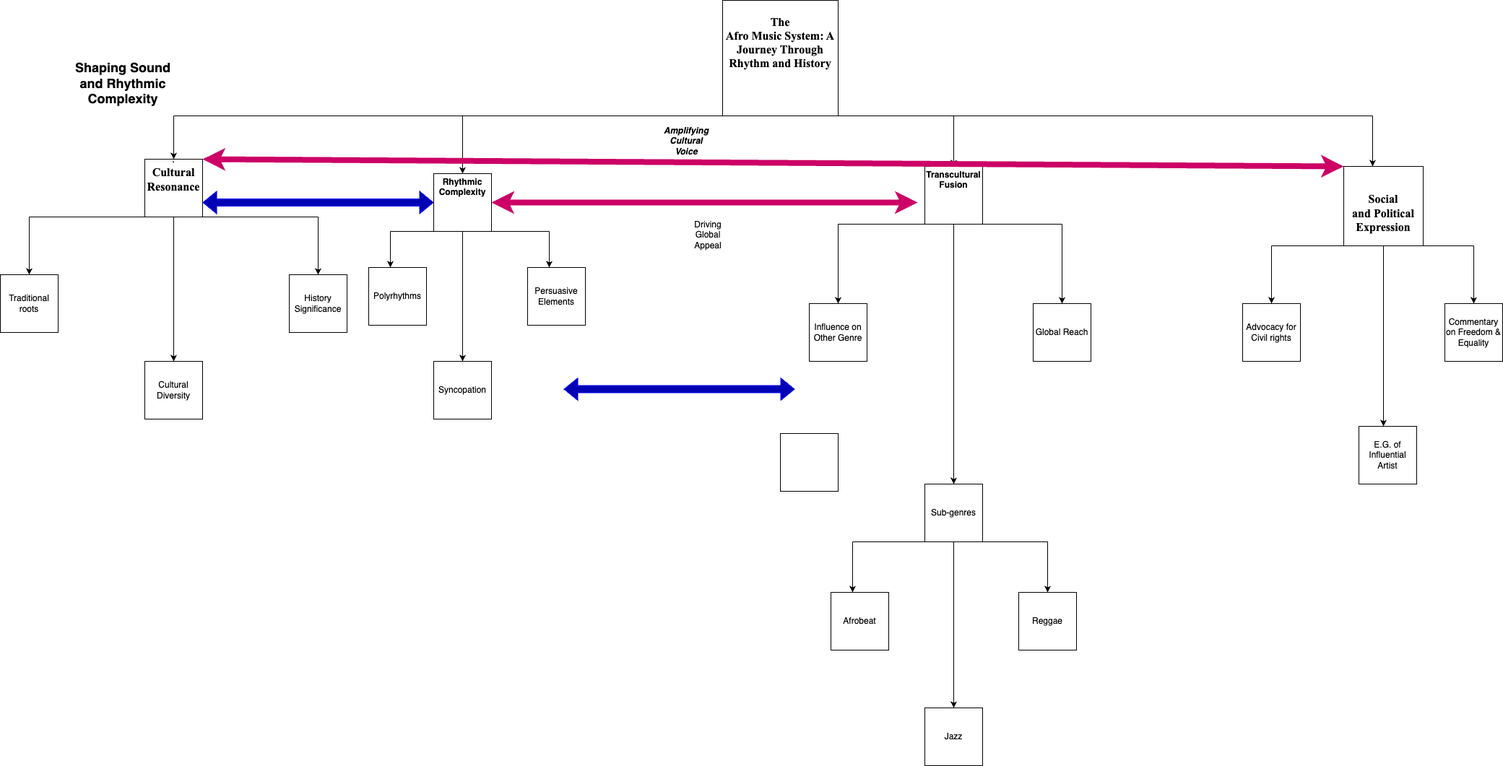
Earlier version of the draw.io export AFM.drawio.png (Kai39d/Hello-World). Source tidied: cells renumbered, new cells last; positions are measured from the earlier drawing's top-left corner, leaving out a move shared by most shapes.
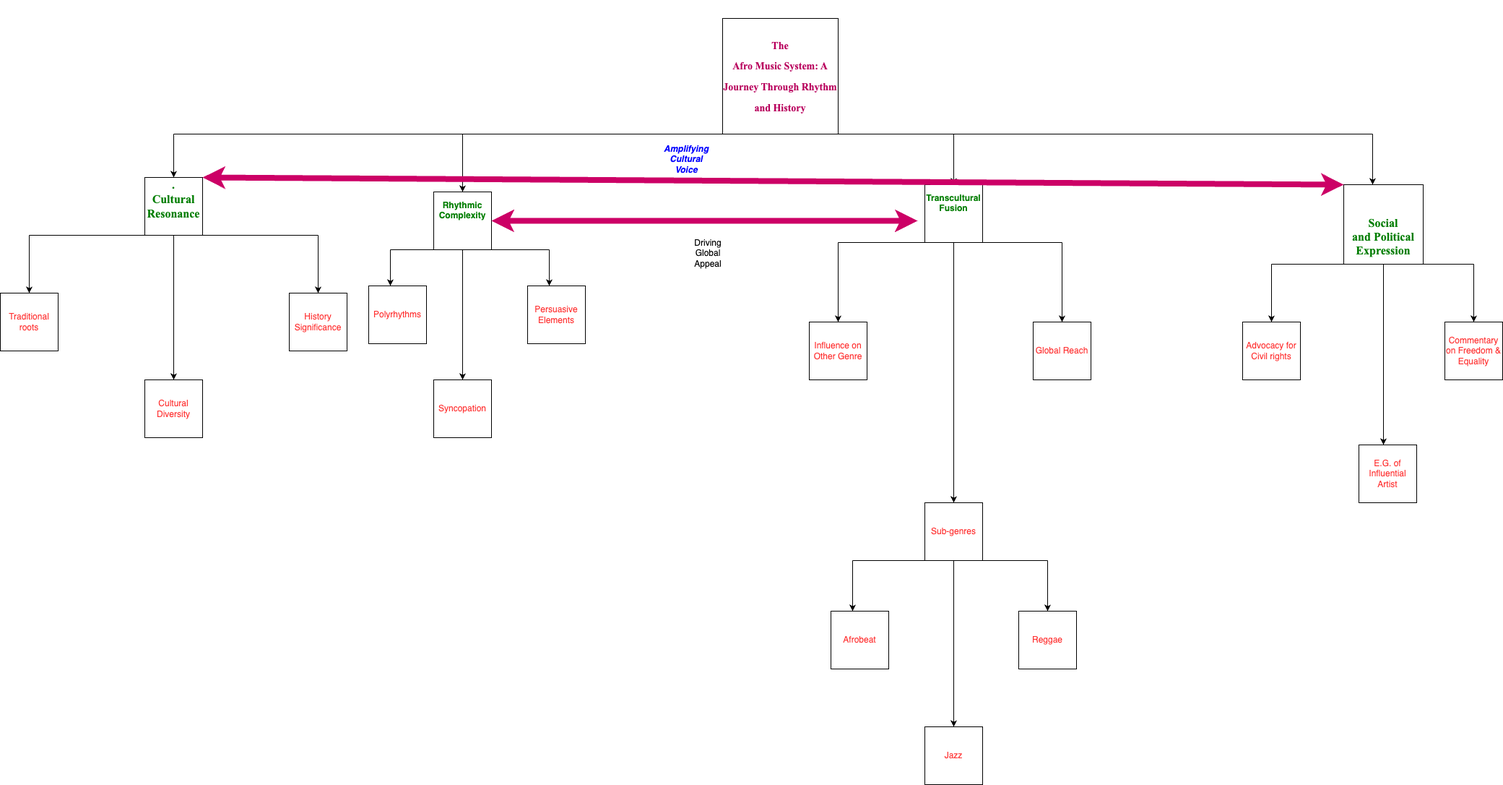
Later version of the same file.

What changed in the source:
```diff
@@ -8,7 +8,7 @@
     <mxCell id="3" style="group;fillColor=default;gradientColor=none;gradientDirection=north;strokeColor=none;" parent="2" vertex="1">
       <mxGeometry x="640" width="880" height="310" as="geometry" />
     </mxCell>
-    <mxCell id="4" value="&#10;&lt;b&gt;&lt;span style=&quot;font-size:12.0pt;font-family:&amp;quot;Times New Roman&amp;quot;,serif;&#10;mso-fareast-font-family:&amp;quot;Times New Roman&amp;quot;;color:black;mso-themecolor:text1;&#10;background:yellow;mso-highlight:yellow;mso-font-kerning:0pt;mso-ligatures:none;&#10;mso-ansi-language:EN-US;mso-fareast-language:EN-US;mso-bidi-language:AR-SA&quot;&gt;The&#10;Afro Music System: A Journey Through Rhythm and History&lt;/span&gt;&lt;/b&gt;&#10;&#10;&#10;&#10;" style="whiteSpace=wrap;html=1;" parent="3" vertex="1">
+    <mxCell id="4" value="&lt;h1&gt;&lt;font style=&quot;background-color: rgb(255, 255, 255);&quot; color=&quot;#b8005c&quot;&gt;&lt;font style=&quot;font-size: 14px;&quot;&gt;&lt;br&gt;&lt;/font&gt;&lt;font style=&quot;font-size: 14px;&quot;&gt;&lt;span style=&quot;font-family: &amp;quot;Times New Roman&amp;quot;, serif;&quot;&gt;The&lt;br&gt;&lt;/span&gt;&lt;/font&gt;&lt;font style=&quot;font-size: 14px;&quot;&gt;&lt;span style=&quot;font-family: &amp;quot;Times New Roman&amp;quot;, serif;&quot;&gt;Afro Music System: A Journey Through Rhythm and History&lt;/span&gt;&lt;/font&gt;&lt;/font&gt;&lt;/h1&gt;&lt;font style=&quot;font-size: 14px;&quot;&gt;&lt;b&gt;&lt;font style=&quot;background-color: rgb(255, 255, 255);&quot; color=&quot;#b8005c&quot;&gt;&lt;br&gt;&lt;/font&gt;&lt;/b&gt;&lt;br&gt;&lt;/font&gt;" style="whiteSpace=wrap;html=1;" parent="3" vertex="1">
       <mxGeometry x="360" width="160" height="160" as="geometry" />
     </mxCell>
     <mxCell id="5" style="endArrow=none;html=1;rounded=0;entryX=0;entryY=1;entryDx=0;entryDy=0;" parent="3" edge="1" target="4">
@@ -21,7 +21,7 @@
         <mxPoint x="1260" y="160" as="sourcePoint" />
       </mxGeometry>
     </mxCell>
-    <mxCell id="7" value="&#10;&#10;&#10;&lt;p class=&quot;MsoNormal&quot;&gt;&lt;b&gt;Rhythmic Complexity&lt;/b&gt;&lt;/p&gt;&#10;&#10;&#10;&#10;&#10;&#10;" style="whiteSpace=wrap;html=1;" parent="3" vertex="1">
+    <mxCell id="7" value="&lt;br&gt;&lt;br&gt;&lt;br&gt;&lt;p class=&quot;MsoNormal&quot;&gt;&lt;b&gt;&lt;font color=&quot;#007d00&quot;&gt;Rhythmic Complexity&lt;/font&gt;&lt;/b&gt;&lt;/p&gt;&lt;br&gt;&lt;br&gt;&lt;br&gt;&lt;br&gt;&lt;br&gt;" style="whiteSpace=wrap;html=1;" parent="3" vertex="1">
       <mxGeometry x="-40" y="240" width="80" height="80" as="geometry" />
     </mxCell>
     <mxCell id="8" style="endArrow=classic;html=1;rounded=0;entryX=0.5;entryY=0;entryDx=0;entryDy=0;" parent="3" edge="1" target="7">
@@ -34,10 +34,10 @@
         <mxPoint x="-400" y="160" as="sourcePoint" />
       </mxGeometry>
     </mxCell>
-    <mxCell id="10" value="&#10;&#10;&#10;&lt;p class=&quot;MsoNormal&quot;&gt;&lt;b&gt;Transcultural Fusion&lt;/b&gt;&lt;/p&gt;&#10;&#10;&#10;&#10;&#10;&#10;" style="whiteSpace=wrap;html=1;" parent="3" vertex="1">
+    <mxCell id="10" value="&lt;font color=&quot;#007d00&quot;&gt;&lt;br&gt;&lt;br&gt;&lt;br&gt;&lt;/font&gt;&lt;p class=&quot;MsoNormal&quot;&gt;&lt;b&gt;&lt;font color=&quot;#007d00&quot;&gt;Transcultural Fusion&lt;/font&gt;&lt;/b&gt;&lt;/p&gt;&lt;font color=&quot;#007d00&quot;&gt;&lt;br&gt;&lt;br&gt;&lt;br&gt;&lt;br&gt;&lt;br&gt;&lt;/font&gt;" style="whiteSpace=wrap;html=1;" parent="3" vertex="1">
       <mxGeometry x="640" y="230" width="80" height="80" as="geometry" />
     </mxCell>
-    <mxCell id="11" value="&lt;b&gt;&lt;i&gt;Amplifying Cultural Voice&lt;/i&gt;&lt;/b&gt;" style="text;html=1;strokeColor=none;fillColor=none;align=center;verticalAlign=middle;whiteSpace=wrap;rounded=0;" parent="3" vertex="1">
+    <mxCell id="11" value="&lt;b&gt;&lt;i&gt;&lt;font color=&quot;#0000ff&quot;&gt;Amplifying Cultural Voice&lt;/font&gt;&lt;/i&gt;&lt;/b&gt;" style="text;html=1;strokeColor=none;fillColor=none;align=center;verticalAlign=middle;whiteSpace=wrap;rounded=0;" parent="3" vertex="1">
       <mxGeometry x="280" y="180" width="60" height="30" as="geometry" />
     </mxCell>
     <mxCell id="12" style="endArrow=classic;startArrow=classic;html=1;rounded=0;strokeWidth=8;strokeColor=#CC0066;" parent="3" edge="1">
@@ -67,10 +67,10 @@
         <mxPoint x="40" y="300" as="sourcePoint" />
       </mxGeometry>
     </mxCell>
-    <mxCell id="17" value="History Significance" style="whiteSpace=wrap;html=1;" parent="2" vertex="1">
+    <mxCell id="17" value="&lt;font color=&quot;#ff3333&quot;&gt;History Significance&lt;/font&gt;" style="whiteSpace=wrap;html=1;" parent="2" vertex="1">
       <mxGeometry x="400" y="380" width="80" height="80" as="geometry" />
     </mxCell>
-    <mxCell id="18" value="Traditional roots" style="whiteSpace=wrap;html=1;" parent="2" vertex="1">
+    <mxCell id="18" value="&lt;font color=&quot;#ff3333&quot;&gt;Traditional roots&lt;/font&gt;" style="whiteSpace=wrap;html=1;" parent="2" vertex="1">
       <mxGeometry y="380" width="80" height="80" as="geometry" />
     </mxCell>
     <mxCell id="19" style="endArrow=classic;html=1;rounded=0;exitX=0.5;exitY=1;exitDx=0;exitDy=0;" parent="2" edge="1" source="27">
@@ -78,7 +78,7 @@
         <mxPoint x="240" y="500" as="targetPoint" />
       </mxGeometry>
     </mxCell>
-    <mxCell id="20" value="Cultural Diversity" style="whiteSpace=wrap;html=1;" parent="2" vertex="1">
+    <mxCell id="20" value="&lt;font color=&quot;#ff3333&quot;&gt;Cultural Diversity&lt;/font&gt;" style="whiteSpace=wrap;html=1;" parent="2" vertex="1">
       <mxGeometry x="200" y="500" width="80" height="80" as="geometry" />
     </mxCell>
     <mxCell id="21" style="endArrow=classic;html=1;rounded=0;" parent="2" edge="1">
@@ -96,10 +96,10 @@
         <mxPoint x="1760" y="420" as="targetPoint" />
       </mxGeometry>
     </mxCell>
-    <mxCell id="23" value="Persuasive Elements" style="whiteSpace=wrap;html=1;" parent="2" vertex="1">
+    <mxCell id="23" value="&lt;font color=&quot;#ff3333&quot;&gt;Persuasive Elements&lt;/font&gt;" style="whiteSpace=wrap;html=1;" parent="2" vertex="1">
       <mxGeometry x="730" y="370" width="80" height="80" as="geometry" />
     </mxCell>
-    <mxCell id="24" value="Syncopation" style="whiteSpace=wrap;html=1;" parent="2" vertex="1">
+    <mxCell id="24" value="&lt;font color=&quot;#ff3333&quot;&gt;Syncopation&lt;/font&gt;" style="whiteSpace=wrap;html=1;" parent="2" vertex="1">
       <mxGeometry x="600" y="500" width="80" height="80" as="geometry" />
     </mxCell>
     <mxCell id="25" style="endArrow=classic;html=1;rounded=0;" parent="2" edge="1">
@@ -108,10 +108,10 @@
         <mxPoint x="540" y="370" as="targetPoint" />
       </mxGeometry>
     </mxCell>
-    <mxCell id="26" value="Polyrhythms" style="whiteSpace=wrap;html=1;" parent="2" vertex="1">
+    <mxCell id="26" value="&lt;font color=&quot;#ff3333&quot;&gt;Polyrhythms&lt;/font&gt;" style="whiteSpace=wrap;html=1;" parent="2" vertex="1">
       <mxGeometry x="510" y="370" width="80" height="80" as="geometry" />
     </mxCell>
-    <mxCell id="27" value="&#10;&lt;span style=&quot;font-size:12.0pt;font-family:&amp;quot;Times New Roman&amp;quot;,serif;&#10;mso-fareast-font-family:&amp;quot;Times New Roman&amp;quot;;mso-font-kerning:0pt;mso-ligatures:&#10;none;mso-ansi-language:EN-US;mso-fareast-language:EN-US;mso-bidi-language:AR-SA&quot;&gt;.&#10;&lt;b&gt;Cultural Resonance&lt;/b&gt;&lt;/span&gt;&#10;&#10;&#10;&#10;" style="whiteSpace=wrap;html=1;" parent="2" vertex="1">
+    <mxCell id="27" value="&lt;b style=&quot;font-size: 16px;&quot;&gt;&lt;font color=&quot;#007d00&quot;&gt;&lt;br&gt;&lt;span style=&quot;font-family: &amp;quot;Times New Roman&amp;quot;, serif;&quot;&gt;.&lt;br&gt;Cultural Resonance&lt;/span&gt;&lt;br&gt;&lt;br&gt;&lt;br&gt;&lt;/font&gt;&lt;/b&gt;" style="whiteSpace=wrap;html=1;" parent="2" vertex="1">
       <mxGeometry x="200" y="220" width="80" height="80" as="geometry" />
     </mxCell>
     <mxCell id="28" style="endArrow=none;html=1;rounded=0;entryX=0;entryY=1;entryDx=0;entryDy=0;" parent="2" edge="1" target="7">
@@ -129,7 +129,7 @@
         <mxPoint x="640" y="500" as="targetPoint" />
       </mxGeometry>
     </mxCell>
-    <mxCell id="31" value="Commentary on Freedom &amp;amp; Equality" style="whiteSpace=wrap;html=1;" parent="2" vertex="1">
+    <mxCell id="31" value="&lt;font color=&quot;#ff3333&quot;&gt;Commentary on Freedom &amp;amp; Equality&lt;/font&gt;" style="whiteSpace=wrap;html=1;" parent="2" vertex="1">
       <mxGeometry x="2000" y="420" width="80" height="80" as="geometry" />
     </mxCell>
     <mxCell id="32" style="endArrow=classic;html=1;rounded=0;" parent="2" edge="1">
@@ -138,7 +138,7 @@
         <mxPoint x="2040" y="420" as="targetPoint" />
       </mxGeometry>
     </mxCell>
-    <mxCell id="33" value="&lt;br&gt;&lt;b&gt;&lt;span style=&quot;font-size:12.0pt;font-family:&amp;quot;Times New Roman&amp;quot;,serif;&lt;br/&gt;mso-fareast-font-family:&amp;quot;Times New Roman&amp;quot;;mso-font-kerning:0pt;mso-ligatures:&lt;br/&gt;none;mso-ansi-language:EN-US;mso-fareast-language:EN-US;mso-bidi-language:AR-SA&quot;&gt;&lt;br&gt;Social&lt;br&gt;and Political Expression&lt;/span&gt;&lt;/b&gt;&lt;br&gt;&lt;br&gt;" style="whiteSpace=wrap;html=1;" parent="2" vertex="1">
+    <mxCell id="33" value="&lt;font color=&quot;#007d00&quot;&gt;&lt;br&gt;&lt;b&gt;&lt;span style=&quot;font-size:12.0pt;font-family:&amp;quot;Times New Roman&amp;quot;,serif;&lt;br/&gt;mso-fareast-font-family:&amp;quot;Times New Roman&amp;quot;;mso-font-kerning:0pt;mso-ligatures:&lt;br/&gt;none;mso-ansi-language:EN-US;mso-fareast-language:EN-US;mso-bidi-language:AR-SA&quot;&gt;&lt;br&gt;Social&lt;br&gt;and Political Expression&lt;/span&gt;&lt;/b&gt;&lt;br&gt;&lt;/font&gt;" style="whiteSpace=wrap;html=1;" parent="2" vertex="1">
       <mxGeometry x="1860" y="230" width="110" height="110" as="geometry" />
     </mxCell>
     <mxCell id="34" style="endArrow=classic;html=1;rounded=0;" parent="2" edge="1">
@@ -157,7 +157,7 @@
         <mxPoint x="2040" y="340" as="targetPoint" />
       </mxGeometry>
     </mxCell>
-    <mxCell id="37" value="Advocacy for Civil rights" style="whiteSpace=wrap;html=1;" parent="2" vertex="1">
+    <mxCell id="37" value="&lt;font color=&quot;#ff3333&quot;&gt;Advocacy for Civil rights&lt;/font&gt;" style="whiteSpace=wrap;html=1;" parent="2" vertex="1">
       <mxGeometry x="1720" y="420" width="80" height="80" as="geometry" />
     </mxCell>
     <mxCell id="38" style="endArrow=classic;html=1;rounded=0;exitX=0.5;exitY=1;exitDx=0;exitDy=0;" parent="2" edge="1" source="33">
@@ -165,7 +165,7 @@
         <mxPoint x="1915" y="590" as="targetPoint" />
       </mxGeometry>
     </mxCell>
-    <mxCell id="39" value="E.G. of Influential Artist" style="whiteSpace=wrap;html=1;" parent="2" vertex="1">
+    <mxCell id="39" value="&lt;font color=&quot;#ff3333&quot;&gt;E.G. of Influential Artist&lt;/font&gt;" style="whiteSpace=wrap;html=1;" parent="2" vertex="1">
       <mxGeometry x="1881" y="590" width="80" height="80" as="geometry" />
     </mxCell>
     <mxCell id="40" style="endArrow=classic;html=1;rounded=0;" parent="2" edge="1">
@@ -174,7 +174,7 @@
         <mxPoint x="1320" y="230" as="targetPoint" />
       </mxGeometry>
     </mxCell>
-    <mxCell id="41" value="Influence on Other Genre" style="whiteSpace=wrap;html=1;" parent="2" vertex="1">
+    <mxCell id="41" value="&lt;font color=&quot;#ff3333&quot;&gt;Influence on Other Genre&lt;/font&gt;" style="whiteSpace=wrap;html=1;" parent="2" vertex="1">
       <mxGeometry x="1120" y="420" width="80" height="80" as="geometry" />
     </mxCell>
     <mxCell id="42" style="endArrow=none;html=1;rounded=0;entryX=0;entryY=1;entryDx=0;entryDy=0;" parent="2" edge="1" target="10">
@@ -199,7 +199,7 @@
         <mxPoint x="1470" y="420" as="targetPoint" />
       </mxGeometry>
     </mxCell>
-    <mxCell id="46" value="Global Reach" style="whiteSpace=wrap;html=1;" parent="2" vertex="1">
+    <mxCell id="46" value="&lt;font color=&quot;#ff3333&quot;&gt;Global Reach&lt;/font&gt;" style="whiteSpace=wrap;html=1;" parent="2" vertex="1">
       <mxGeometry x="1430" y="420" width="80" height="80" as="geometry" />
     </mxCell>
     <mxCell id="47" style="endArrow=classic;html=1;rounded=0;" parent="2" edge="1">
@@ -208,7 +208,7 @@
         <mxPoint x="1320" y="670" as="targetPoint" />
       </mxGeometry>
     </mxCell>
-    <mxCell id="48" value="Sub-genres" style="whiteSpace=wrap;html=1;" parent="2" vertex="1">
+    <mxCell id="48" value="&lt;font color=&quot;#ff3333&quot;&gt;Sub-genres&lt;/font&gt;" style="whiteSpace=wrap;html=1;" parent="2" vertex="1">
       <mxGeometry x="1280" y="670" width="80" height="80" as="geometry" />
     </mxCell>
     <mxCell id="49" style="endArrow=none;html=1;rounded=0;entryX=0;entryY=1;entryDx=0;entryDy=0;" parent="2" edge="1" target="48">
@@ -233,10 +233,10 @@
         <mxPoint x="1450" y="820" as="targetPoint" />
       </mxGeometry>
     </mxCell>
-    <mxCell id="53" value="Reggae" style="whiteSpace=wrap;html=1;" parent="2" vertex="1">
+    <mxCell id="53" value="&lt;font color=&quot;#ff3333&quot;&gt;Reggae&lt;/font&gt;" style="whiteSpace=wrap;html=1;" parent="2" vertex="1">
       <mxGeometry x="1410" y="820" width="80" height="80" as="geometry" />
     </mxCell>
-    <mxCell id="54" value="Afrobeat" style="whiteSpace=wrap;html=1;" parent="2" vertex="1">
+    <mxCell id="54" value="&lt;font color=&quot;#ff3333&quot;&gt;Afrobeat&lt;/font&gt;" style="whiteSpace=wrap;html=1;" parent="2" vertex="1">
       <mxGeometry x="1150" y="820" width="80" height="80" as="geometry" />
     </mxCell>
     <mxCell id="55" style="endArrow=classic;html=1;rounded=0;exitX=0.5;exitY=1;exitDx=0;exitDy=0;" parent="2" edge="1" source="48">
@@ -244,7 +244,7 @@
         <mxPoint x="1320" y="980" as="targetPoint" />
       </mxGeometry>
     </mxCell>
-    <mxCell id="56" value="Jazz" style="whiteSpace=wrap;html=1;" parent="2" vertex="1">
+    <mxCell id="56" value="&lt;font color=&quot;#ff3333&quot;&gt;Jazz&lt;/font&gt;" style="whiteSpace=wrap;html=1;" parent="2" vertex="1">
       <mxGeometry x="1280" y="980" width="80" height="80" as="geometry" />
     </mxCell>
     <mxCell id="57" style="endArrow=classic;startArrow=classic;html=1;rounded=0;exitX=1;exitY=0;exitDx=0;exitDy=0;entryX=0;entryY=0;entryDx=0;entryDy=0;strokeWidth=8;strokeColor=#CC0066;" parent="2" edge="1" source="27" target="33">
@@ -253,20 +253,5 @@
     <mxCell id="58" value="Driving Global Appeal" style="text;html=1;strokeColor=none;fillColor=none;align=center;verticalAlign=middle;whiteSpace=wrap;rounded=0;" parent="2" vertex="1">
       <mxGeometry x="950" y="310" width="60" height="30" as="geometry" />
     </mxCell>
-    <mxCell id="59" style="endArrow=classic;startArrow=classic;html=1;rounded=0;fontFamily=Helvetica;fontSize=12;fontColor=default;exitX=1;exitY=0.75;exitDx=0;exitDy=0;entryX=0;entryY=0.5;entryDx=0;entryDy=0;shape=flexArrow;strokeColor=#0000FC;fillColor=#0000B5;" parent="2" edge="1" source="27" target="7">
-      <mxGeometry relative="1" as="geometry" />
-    </mxCell>
-    <mxCell id="60" style="endArrow=classic;startArrow=classic;html=1;rounded=0;fontFamily=Helvetica;fontSize=12;fontColor=default;exitX=1;exitY=0.75;exitDx=0;exitDy=0;entryX=0;entryY=0.5;entryDx=0;entryDy=0;shape=flexArrow;strokeColor=#0000FC;fillColor=#0000B5;" parent="2" edge="1">
-      <mxGeometry relative="1" as="geometry">
-        <mxPoint x="780" y="538.6" as="sourcePoint" />
-        <mxPoint x="1100" y="538.6" as="targetPoint" />
-      </mxGeometry>
-    </mxCell>
-    <mxCell id="61" value="&lt;b&gt;&lt;font style=&quot;font-size: 18px;&quot;&gt;Shaping Sound and Rhythmic Complexity&lt;/font&gt;&lt;/b&gt;" style="text;strokeColor=none;align=center;fillColor=none;html=1;verticalAlign=middle;whiteSpace=wrap;rounded=0;fontSize=12;fontFamily=Helvetica;fontColor=default;" parent="2" vertex="1">
-      <mxGeometry x="100" y="30" width="140" height="170" as="geometry" />
-    </mxCell>
-    <mxCell id="62" style="whiteSpace=wrap;html=1;align=center;verticalAlign=top;fontFamily=Helvetica;fontSize=12;fontColor=default;fillColor=default;gradientColor=none;gradientDirection=north;" parent="1" vertex="1">
-      <mxGeometry x="1080" y="600" width="80" height="80" as="geometry" />
-    </mxCell>
   </root>
 </mxGraphModel>
```
